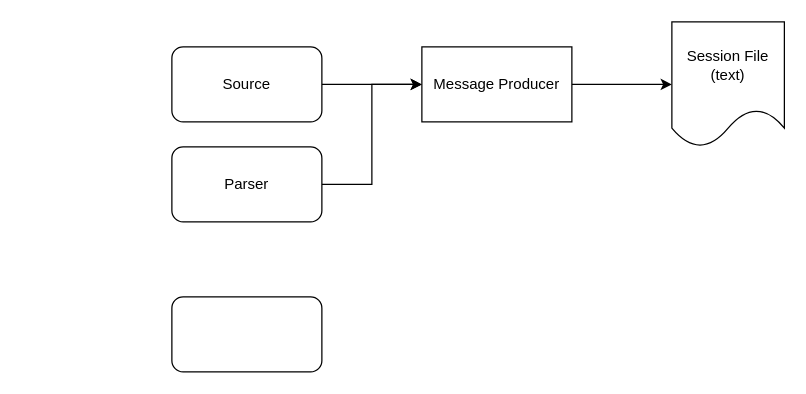
Earlier version of the draw.io diagram plugins.drawio (DmitryAstafyev/chipmunk3_roadmap). Source tidied: cells renumbered, new cells numbered last; positions are measured from the earlier drawing's top-left corner, leaving out a move shared by most shapes. Both pictures are drawn from the tidied source at 125%, with x=0, y=0 at pixel (171, 21).
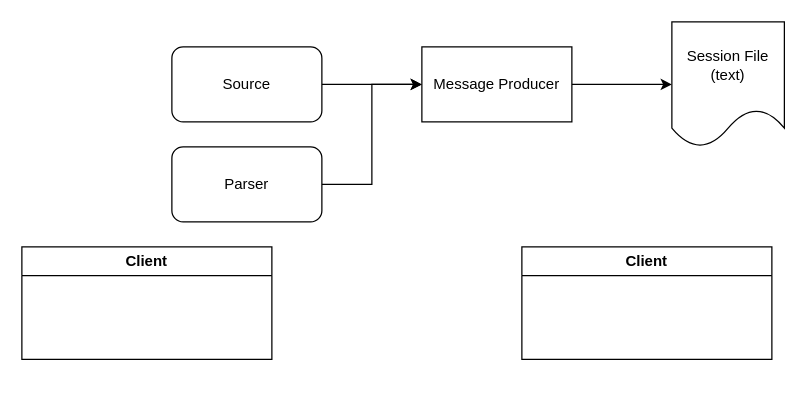
Above is the later version.

Diff of the diagram source:
```diff
@@
 <mxGraphModel>
   <root>
     <mxCell id="0" />
     <mxCell id="1" parent="0" />
     <mxCell id="2" style="edgeStyle=orthogonalEdgeStyle;rounded=0;jettySize=auto;html=1;exitX=1;exitY=0.5;exitDx=0;exitDy=0;entryX=0;entryY=0.5;entryDx=0;entryDy=0;" parent="1" edge="1" source="3" target="8">
       <mxGeometry relative="1" as="geometry" />
     </mxCell>
     <mxCell id="3" value="Message Producer" style="rounded=0;whiteSpace=wrap;html=1;" parent="1" vertex="1">
       <mxGeometry x="200" y="20" width="120" height="60" as="geometry" />
     </mxCell>
     <mxCell id="4" style="edgeStyle=orthogonalEdgeStyle;rounded=0;jettySize=auto;html=1;exitX=1;exitY=0.5;exitDx=0;exitDy=0;entryX=0;entryY=0.5;entryDx=0;entryDy=0;" parent="1" edge="1" source="5" target="3">
       <mxGeometry relative="1" as="geometry" />
     </mxCell>
     <mxCell id="5" value="Source" style="rounded=1;whiteSpace=wrap;html=1;" parent="1" vertex="1">
       <mxGeometry y="20" width="120" height="60" as="geometry" />
     </mxCell>
     <mxCell id="6" style="edgeStyle=orthogonalEdgeStyle;rounded=0;jettySize=auto;html=1;exitX=1;exitY=0.5;exitDx=0;exitDy=0;" parent="1" edge="1" source="7">
       <mxGeometry relative="1" as="geometry">
         <mxPoint x="200" y="50" as="targetPoint" />
         <Array as="points">
           <mxPoint x="160" y="130" />
           <mxPoint x="160" y="50" />
         </Array>
       </mxGeometry>
     </mxCell>
     <mxCell id="7" value="Parser" style="rounded=1;whiteSpace=wrap;html=1;" parent="1" vertex="1">
       <mxGeometry y="100" width="120" height="60" as="geometry" />
     </mxCell>
     <mxCell id="8" value="Session File (text)" style="shape=document;whiteSpace=wrap;html=1;boundedLbl=1;" parent="1" vertex="1">
       <mxGeometry x="400" width="90" height="100" as="geometry" />
     </mxCell>
-    <mxCell id="9" style="rounded=1;whiteSpace=wrap;html=1;" parent="1" vertex="1">
-      <mxGeometry y="220" width="120" height="60" as="geometry" />
-    </mxCell>
+    <mxCell id="10" value="Client" style="swimlane;whiteSpace=wrap;html=1;" parent="1" vertex="1">
+      <mxGeometry x="-120" y="180" width="200" height="90" as="geometry" />
+    </mxCell>
+    <mxCell id="11" value="Client" style="swimlane;whiteSpace=wrap;html=1;" parent="1" vertex="1">
+      <mxGeometry x="280" y="180" width="200" height="90" as="geometry" />
+    </mxCell>
   </root>
 </mxGraphModel>
```
